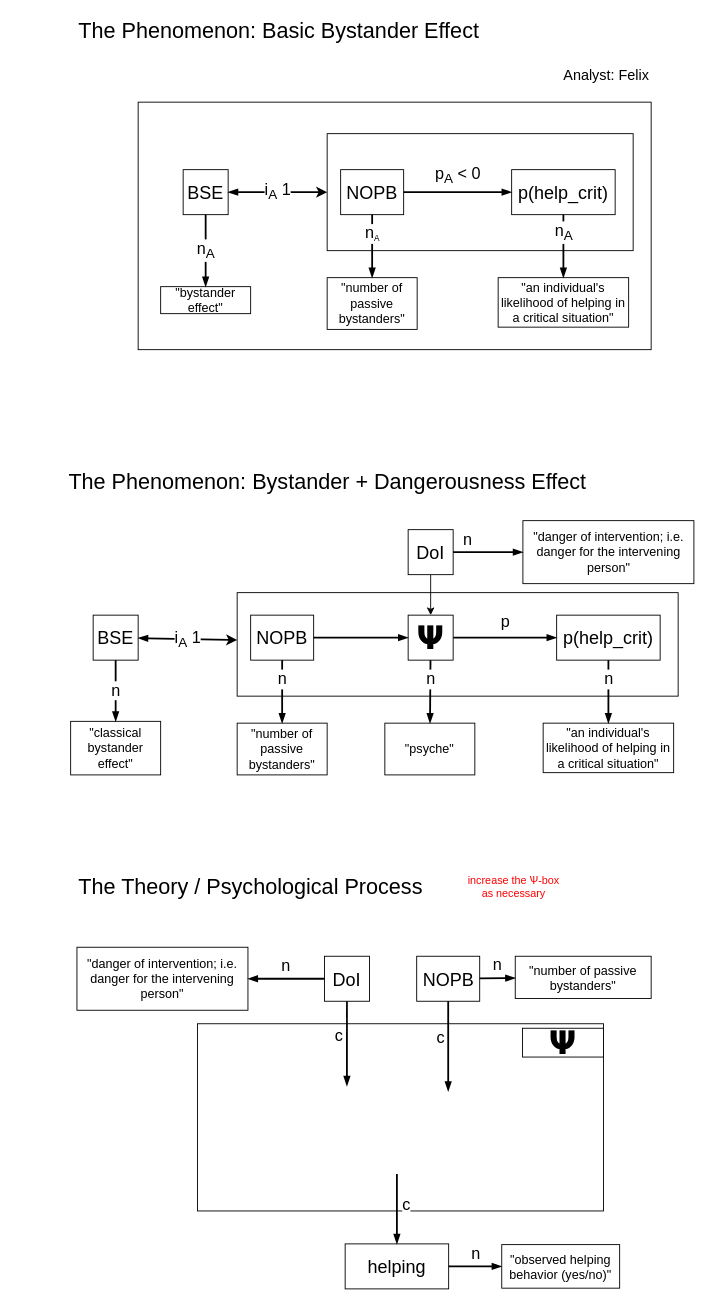
Before: bystander_effect/Bystander-template.drawio in nicebread/FOMO-Psy, a draw.io diagram. Source tidied: cells renumbered, new cells numbered last; positions are measured from the earlier drawing's top-left corner, leaving out a move shared by most shapes. Both pictures are drawn from the tidied source at 90%, with x=0, y=0 at pixel (67, 17).
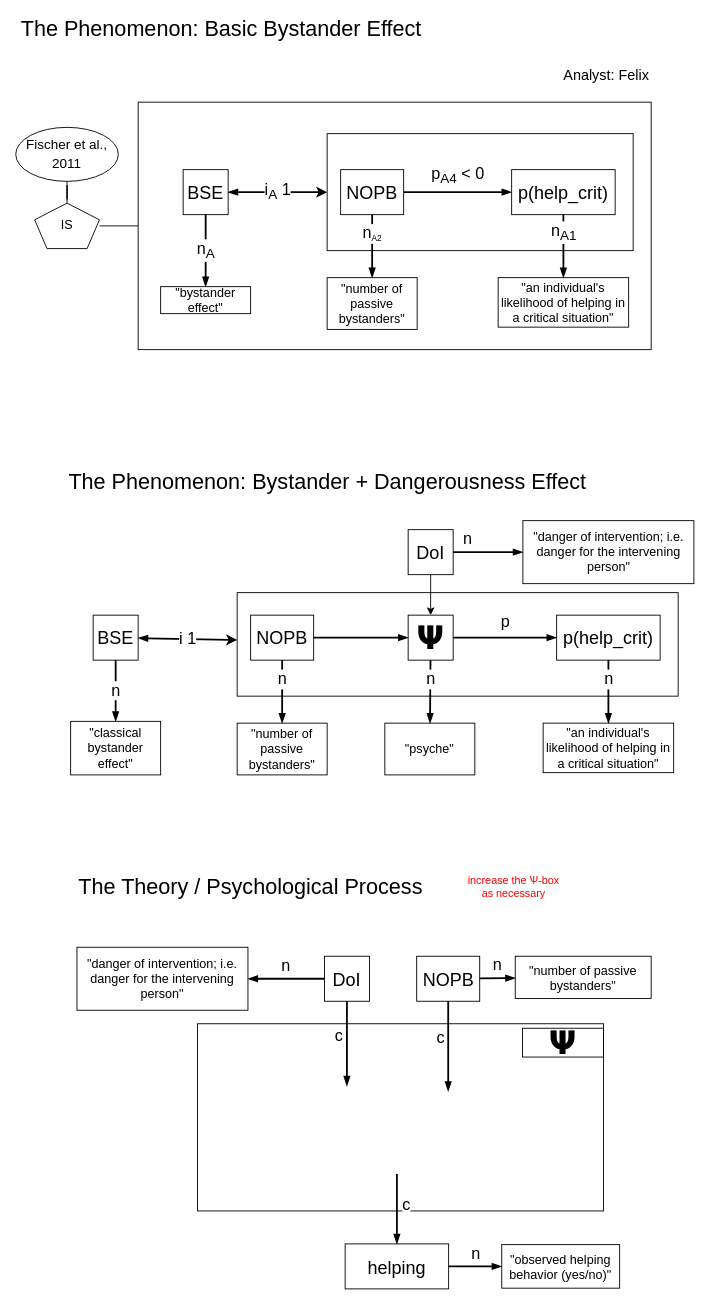
The same diagram, later.

Unchanged cells that the change refers to:
```xml
<mxCell id="2" value="BSE" style="rounded=0;whiteSpace=wrap;html=1;fontSize=20;" parent="1" vertex="1">
  <mxGeometry x="29" y="664" width="50" height="50" as="geometry" />
</mxCell>
<mxCell id="4" style="rounded=0;whiteSpace=wrap;html=1;fillColor=none;" parent="1" vertex="1">
  <mxGeometry x="189" y="639" width="490" height="115" as="geometry" />
</mxCell>
<mxCell id="39" style="rounded=0;whiteSpace=wrap;html=1;fillColor=none;" parent="1" vertex="1">
  <mxGeometry x="79" y="94" width="570" height="275" as="geometry" />
</mxCell>
<mxCell id="45" value="NOPB" style="rounded=0;whiteSpace=wrap;html=1;fontSize=20;" parent="1" vertex="1">
  <mxGeometry x="304" y="169" width="70" height="50" as="geometry" />
</mxCell>
<mxCell id="46" value="&quot;number of passive bystanders&quot;" style="rounded=0;whiteSpace=wrap;html=1;fillColor=default;fontColor=default;strokeColor=default;fontSize=14;" parent="1" vertex="1">
  <mxGeometry x="289" y="289" width="100" height="57.5" as="geometry" />
</mxCell>
<mxCell id="48" value="p(help_crit)" style="rounded=0;whiteSpace=wrap;html=1;fontSize=20;" parent="1" vertex="1">
  <mxGeometry x="494" y="169" width="115" height="50" as="geometry" />
</mxCell>
<mxCell id="50" value="&quot;an individual's likelihood of helping in a critical situation&quot;" style="rounded=0;whiteSpace=wrap;html=1;fillColor=default;fontColor=default;strokeColor=default;fontSize=14;" parent="1" vertex="1">
  <mxGeometry x="479" y="289" width="145" height="55" as="geometry" />
</mxCell>
```

Change to the diagram source:
```diff
@@
-    <mxCell id="5" value="&lt;font style=&quot;font-size: 18px;&quot;&gt;i&lt;sub&gt;A&lt;/sub&gt; 1&lt;/font&gt;" style="endArrow=blockThin;html=1;rounded=0;labelPosition=center;verticalLabelPosition=middle;align=center;verticalAlign=middle;strokeWidth=2;endFill=1;startArrow=classic;startFill=1;" parent="1" edge="1" source="4" target="2">
+    <mxCell id="5" value="&lt;font style=&quot;font-size: 18px;&quot;&gt;i&amp;nbsp;1&lt;/font&gt;" style="endArrow=blockThin;html=1;rounded=0;labelPosition=center;verticalLabelPosition=middle;align=center;verticalAlign=middle;strokeWidth=2;endFill=1;startArrow=classic;startFill=1;" parent="1" edge="1" source="4" target="2">
       <mxGeometry relative="1" as="geometry" />
     </mxCell>
@@
-    <mxCell id="47" value="&lt;span style=&quot;font-size: 18px;&quot;&gt;n&lt;/span&gt;&lt;sub&gt;A&lt;/sub&gt;" style="endArrow=blockThin;html=1;rounded=0;labelPosition=center;verticalLabelPosition=top;align=center;verticalAlign=bottom;strokeWidth=2;endFill=1;" parent="1" edge="1" source="45" target="46">
+    <mxCell id="47" value="&lt;span style=&quot;font-size: 18px;&quot;&gt;n&lt;/span&gt;&lt;sub&gt;A2&lt;/sub&gt;" style="endArrow=blockThin;html=1;rounded=0;labelPosition=center;verticalLabelPosition=top;align=center;verticalAlign=bottom;strokeWidth=2;endFill=1;" parent="1" edge="1" source="45" target="46">
       <mxGeometry relative="1" as="geometry" />
     </mxCell>
@@
-    <mxCell id="49" value="&lt;font style=&quot;font-size: 18px;&quot;&gt;p&lt;sub&gt;A&lt;/sub&gt; &amp;lt; 0&lt;/font&gt;" style="endArrow=blockThin;html=1;rounded=0;labelPosition=center;verticalLabelPosition=top;align=center;verticalAlign=bottom;spacingBottom=3;strokeWidth=2;endFill=1;" parent="1" edge="1" source="45" target="48">
+    <mxCell id="49" value="&lt;font style=&quot;font-size: 18px;&quot;&gt;p&lt;sub&gt;A4&lt;/sub&gt; &amp;lt; 0&lt;/font&gt;" style="endArrow=blockThin;html=1;rounded=0;labelPosition=center;verticalLabelPosition=top;align=center;verticalAlign=bottom;spacingBottom=3;strokeWidth=2;endFill=1;" parent="1" edge="1" source="45" target="48">
       <mxGeometry relative="1" as="geometry" />
     </mxCell>
@@
-    <mxCell id="51" value="&lt;font style=&quot;font-size: 18px;&quot;&gt;n&lt;sub&gt;A&lt;/sub&gt;&lt;/font&gt;" style="endArrow=blockThin;html=1;rounded=0;labelPosition=center;verticalLabelPosition=top;align=center;verticalAlign=bottom;strokeWidth=2;endFill=1;" parent="1" edge="1" source="48" target="50">
+    <mxCell id="51" value="&lt;font style=&quot;font-size: 18px;&quot;&gt;n&lt;sub&gt;A1&lt;/sub&gt;&lt;/font&gt;" style="endArrow=blockThin;html=1;rounded=0;labelPosition=center;verticalLabelPosition=top;align=center;verticalAlign=bottom;strokeWidth=2;endFill=1;" parent="1" edge="1" source="48" target="50">
       <mxGeometry relative="1" as="geometry" />
     </mxCell>
@@
     <mxCell id="53" value="&lt;font style=&quot;font-size: 24px;&quot;&gt;The Phenomenon: Basic Bystander Effect&lt;/font&gt;" style="text;html=1;align=left;verticalAlign=middle;whiteSpace=wrap;rounded=0;" parent="1" vertex="1">
-      <mxGeometry x="11" width="482" height="30" as="geometry" />
+      <mxGeometry x="-53" y="-2" width="482" height="30" as="geometry" />
     </mxCell>
+    <mxCell id="54" style="edgeStyle=orthogonalEdgeStyle;rounded=0;jettySize=auto;html=1;endArrow=none;endFill=0;" parent="1" edge="1" source="55" target="39">
+      <mxGeometry relative="1" as="geometry" />
+    </mxCell>
+    <mxCell id="55" value="&lt;font style=&quot;font-size: 14px;&quot;&gt;IS&lt;/font&gt;" style="whiteSpace=wrap;html=1;shape=mxgraph.basic.pentagon;fillColor=default;strokeColor=default;fontColor=default;" parent="1" vertex="1">
+      <mxGeometry x="-36" y="206.2" width="72" height="50.5" as="geometry" />
+    </mxCell>
+    <mxCell id="56" style="edgeStyle=orthogonalEdgeStyle;rounded=0;jettySize=auto;html=1;endArrow=none;endFill=0;" parent="1" edge="1" source="57" target="55">
+      <mxGeometry relative="1" as="geometry" />
+    </mxCell>
+    <mxCell id="57" value="&lt;font style=&quot;font-size: 15px;&quot;&gt;Fischer et al., 2011&lt;/font&gt;" style="ellipse;whiteSpace=wrap;html=1;fontSize=17;fillColor=default;strokeColor=default;fontColor=default;" parent="1" vertex="1">
+      <mxGeometry x="-57" y="122" width="114" height="60" as="geometry" />
+    </mxCell>
```
